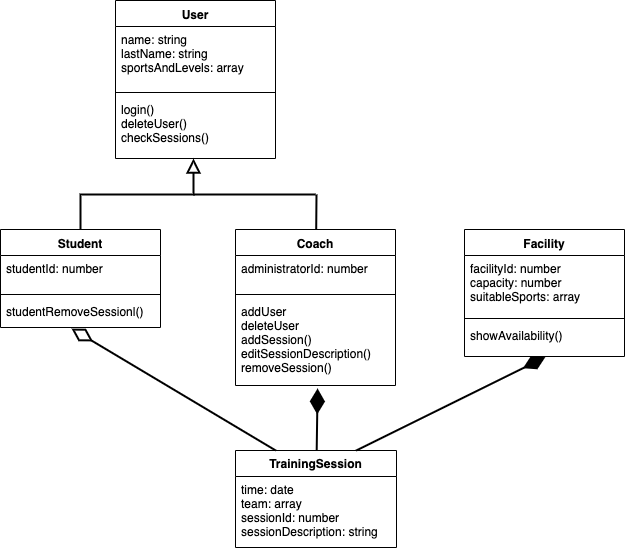
The draw.io diagram pictures/UML.png in hussainrafi/Singapore, before a commit. Source tidied: cells renumbered, new cells last; positions are measured from the earlier drawing's top-left corner, leaving out a move shared by most shapes.
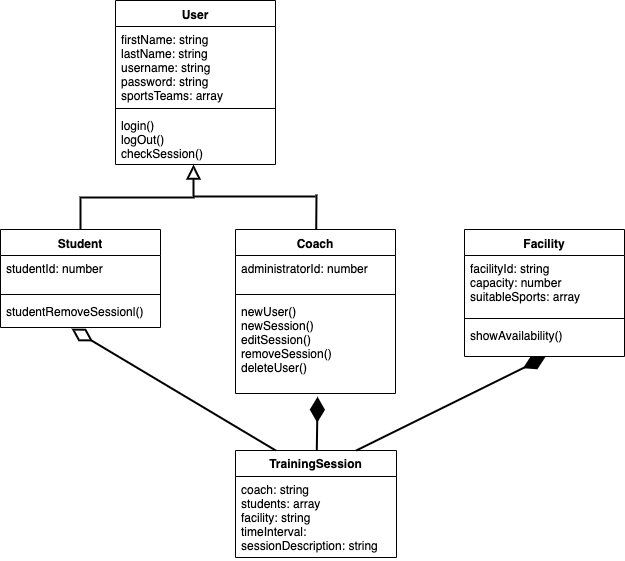
Later version of the same file.

The edit, as a diff of the source:
```diff
@@ -18,7 +18,7 @@
       <mxGeometry y="69" width="160" height="29" as="geometry" />
     </mxCell>
     <mxCell id="7" value="Coach" style="swimlane;fontStyle=1;align=center;verticalAlign=top;horizontal=1;startSize=26;" parent="1" vertex="1">
-      <mxGeometry x="235" y="229" width="160" height="156" as="geometry" />
+      <mxGeometry x="235" y="229" width="160" height="164" as="geometry" />
     </mxCell>
     <mxCell id="8" value="administratorId: number&#10;" style="text;strokeColor=none;fillColor=none;align=left;verticalAlign=top;spacingLeft=4;spacingRight=4;overflow=hidden;" parent="7" vertex="1">
       <mxGeometry y="26" width="160" height="35" as="geometry" />
@@ -26,13 +26,13 @@
     <mxCell id="9" style="line;strokeWidth=1;fillColor=none;align=left;verticalAlign=middle;spacingTop=-1;spacingLeft=3;spacingRight=3;labelPosition=right;" parent="7" vertex="1">
       <mxGeometry y="61" width="160" height="8" as="geometry" />
     </mxCell>
-    <mxCell id="10" value="addUser&#10;deleteUser&#10;addSession()&#10;editSessionDescription()&#10;removeSession()&#10;" style="text;strokeColor=none;fillColor=none;align=left;verticalAlign=top;spacingLeft=4;spacingRight=4;overflow=hidden;points=[[0,0.5],[1,0.5]];portConstraint=eastwest;" parent="7" vertex="1">
-      <mxGeometry y="69" width="160" height="87" as="geometry" />
+    <mxCell id="10" value="newUser()&#10;newSession()&#10;editSession()&#10;removeSession()&#10;deleteUser()&#10;" style="text;strokeColor=none;fillColor=none;align=left;verticalAlign=top;spacingLeft=4;spacingRight=4;overflow=hidden;points=[[0,0.5],[1,0.5]];portConstraint=eastwest;" parent="7" vertex="1">
+      <mxGeometry y="69" width="160" height="95" as="geometry" />
     </mxCell>
     <mxCell id="11" value="Facility" style="swimlane;fontStyle=1;align=center;verticalAlign=top;horizontal=1;startSize=26;" parent="1" vertex="1">
       <mxGeometry x="464" y="229" width="160" height="127" as="geometry" />
     </mxCell>
-    <mxCell id="12" value="facilityId: number&#10;capacity: number&#10;suitableSports: array&#10; " style="text;strokeColor=none;fillColor=none;align=left;verticalAlign=top;spacingLeft=4;spacingRight=4;overflow=hidden;" parent="11" vertex="1">
+    <mxCell id="12" value="facilityId: string&#10;capacity: number&#10;suitableSports: array&#10; " style="text;strokeColor=none;fillColor=none;align=left;verticalAlign=top;spacingLeft=4;spacingRight=4;overflow=hidden;" parent="11" vertex="1">
       <mxGeometry y="26" width="160" height="59" as="geometry" />
     </mxCell>
     <mxCell id="13" style="line;strokeWidth=1;fillColor=none;align=left;verticalAlign=middle;spacingTop=-1;spacingLeft=3;spacingRight=3;labelPosition=right;" parent="11" vertex="1">
@@ -45,16 +45,16 @@
       <mxGeometry relative="1" as="geometry" />
     </mxCell>
     <mxCell id="16" value="User" style="swimlane;fontStyle=1;align=center;verticalAlign=top;horizontal=1;startSize=26;" parent="1" vertex="1">
-      <mxGeometry x="115" width="160" height="158" as="geometry" />
+      <mxGeometry x="115" width="160" height="164" as="geometry" />
     </mxCell>
-    <mxCell id="17" value="name: string&#10;lastName: string&#10;sportsAndLevels: array&#10;&#10;" style="text;strokeColor=none;fillColor=none;align=left;verticalAlign=top;spacingLeft=4;spacingRight=4;overflow=hidden;" parent="16" vertex="1">
-      <mxGeometry y="26" width="160" height="62" as="geometry" />
+    <mxCell id="17" value="firstName: string&#10;lastName: string&#10;username: string&#10;password: string&#10;sportsTeams: array&#10;&#10;" style="text;strokeColor=none;fillColor=none;align=left;verticalAlign=top;spacingLeft=4;spacingRight=4;overflow=hidden;" parent="16" vertex="1">
+      <mxGeometry y="26" width="160" height="78" as="geometry" />
     </mxCell>
     <mxCell id="18" style="line;strokeWidth=1;fillColor=none;align=left;verticalAlign=middle;spacingTop=-1;spacingLeft=3;spacingRight=3;labelPosition=right;" parent="16" vertex="1">
-      <mxGeometry y="88" width="160" height="8" as="geometry" />
+      <mxGeometry y="104" width="160" height="8" as="geometry" />
     </mxCell>
-    <mxCell id="19" value="login()&#10;deleteUser()&#10;checkSessions()" style="text;strokeColor=none;fillColor=none;align=left;verticalAlign=top;spacingLeft=4;spacingRight=4;overflow=hidden;points=[[0,0.5],[1,0.5]];portConstraint=eastwest;" parent="16" vertex="1">
-      <mxGeometry y="96" width="160" height="62" as="geometry" />
+    <mxCell id="19" value="login()&#10;logOut()&#10;checkSession()" style="text;strokeColor=none;fillColor=none;align=left;verticalAlign=top;spacingLeft=4;spacingRight=4;overflow=hidden;points=[[0,0.5],[1,0.5]];portConstraint=eastwest;" parent="16" vertex="1">
+      <mxGeometry y="112" width="160" height="52" as="geometry" />
     </mxCell>
     <mxCell id="20" style="rounded=0;jettySize=auto;html=1;startArrow=none;startFill=0;endArrow=diamondThin;endFill=0;endSize=19;strokeColor=#000000;strokeWidth=2;exitX=0.25;exitY=0;exitDx=0;exitDy=0;entryX=0.444;entryY=1.038;entryDx=0;entryDy=0;entryPerimeter=0;" parent="1" edge="1" source="22" target="6">
       <mxGeometry relative="1" as="geometry" />
@@ -63,15 +63,15 @@
       <mxGeometry relative="1" as="geometry" />
     </mxCell>
     <mxCell id="22" value="TrainingSession" style="swimlane;fontStyle=1;horizontal=1;startSize=26;fillColor=none;" parent="1" vertex="1">
-      <mxGeometry x="235" y="450" width="161" height="97" as="geometry" />
+      <mxGeometry x="235" y="450" width="161" height="107" as="geometry" />
     </mxCell>
-    <mxCell id="23" value="time: date&#10;team: array&#10;sessionId: number&#10;sessionDescription: string" style="text;strokeColor=none;fillColor=none;align=left;verticalAlign=top;spacingLeft=4;spacingRight=4;overflow=hidden;" parent="22" vertex="1">
-      <mxGeometry y="26" width="161" height="71" as="geometry" />
+    <mxCell id="23" value="coach: string&#10;students: array&#10;facility: string&#10;timeInterval:&#10;sessionDescription: string" style="text;strokeColor=none;fillColor=none;align=left;verticalAlign=top;spacingLeft=4;spacingRight=4;overflow=hidden;" parent="22" vertex="1">
+      <mxGeometry y="26" width="161" height="81" as="geometry" />
     </mxCell>
     <mxCell id="24" style="endArrow=none;html=1;strokeWidth=2;" parent="1" edge="1">
       <mxGeometry relative="1" as="geometry">
-        <mxPoint x="193" y="194" as="sourcePoint" />
-        <mxPoint x="315" y="194" as="targetPoint" />
+        <mxPoint x="193" y="196" as="sourcePoint" />
+        <mxPoint x="315" y="196" as="targetPoint" />
       </mxGeometry>
     </mxCell>
     <mxCell id="25" style="endArrow=none;html=1;strokeWidth=2;" parent="1" edge="1" target="7">
```
